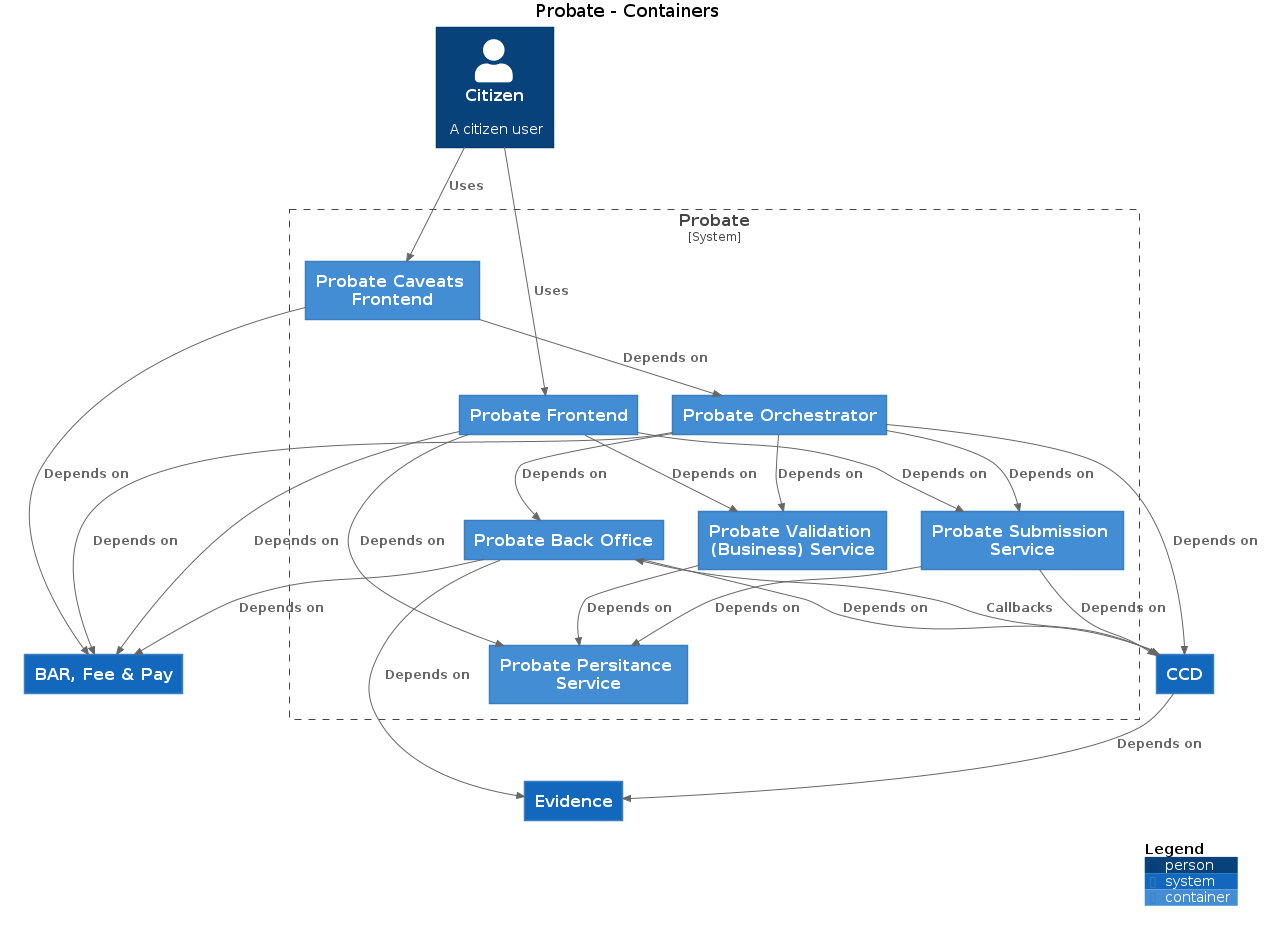
The PlantUML diagram docs/c4/probate/images/structurizr-probate-citizen.png in hmcts/cnp-api-docs, before a commit.
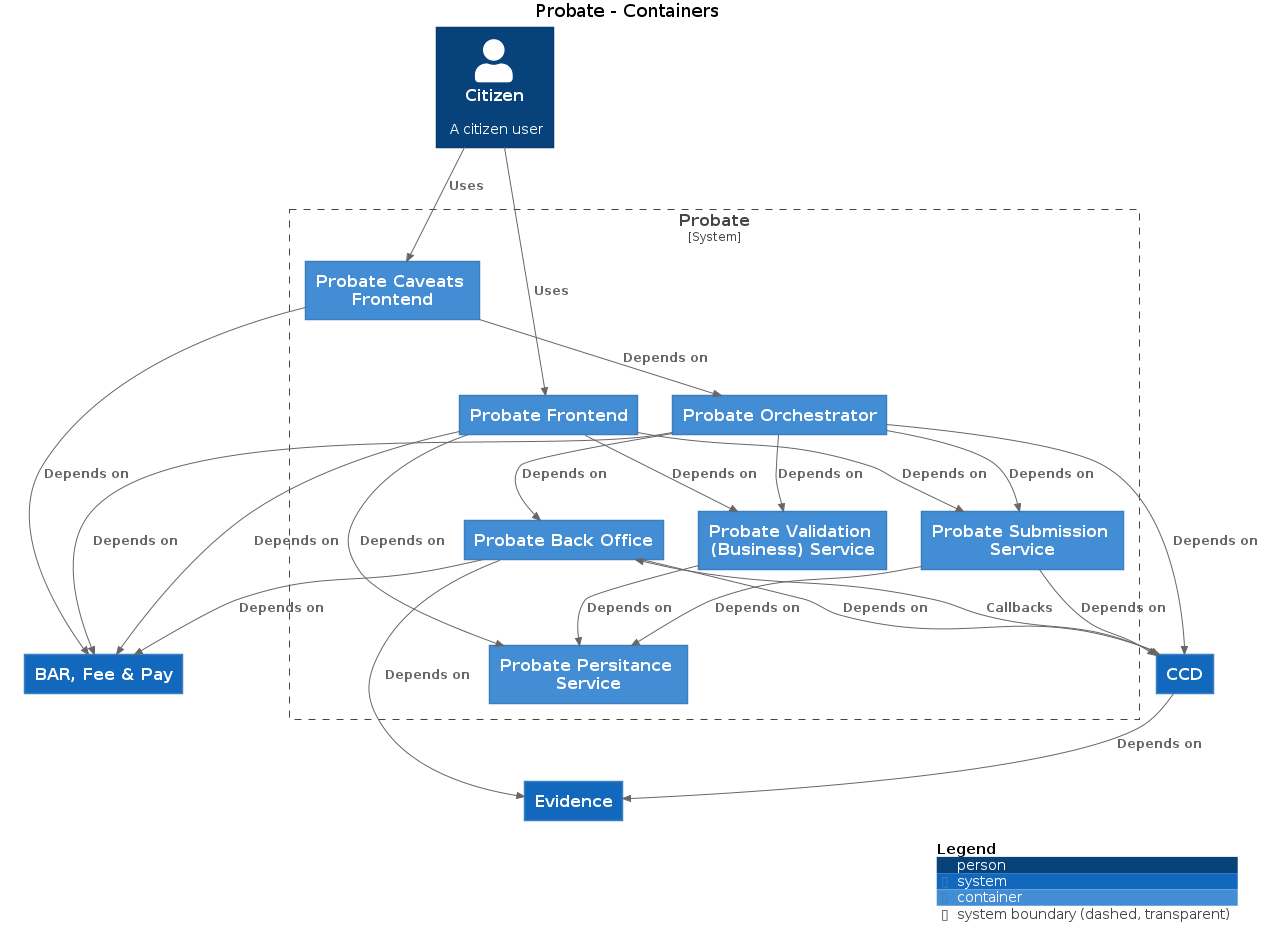
The same file after the commit.

What changed in the source:
```diff
@@ -9,8 +9,8 @@
 
 System(CCD, "CCD", "")
 System(BARFeePay, "BAR, Fee & Pay", "")
+System(Evidence, "Evidence", "")
 Person(Citizen, "Citizen", "A citizen user")
-System(Evidence, "Evidence", "")
 
 System_Boundary("Probate_boundary", "Probate") {
   Container(Probate.ProbatePersitanceService, "Probate Persitance Service", "")
```
